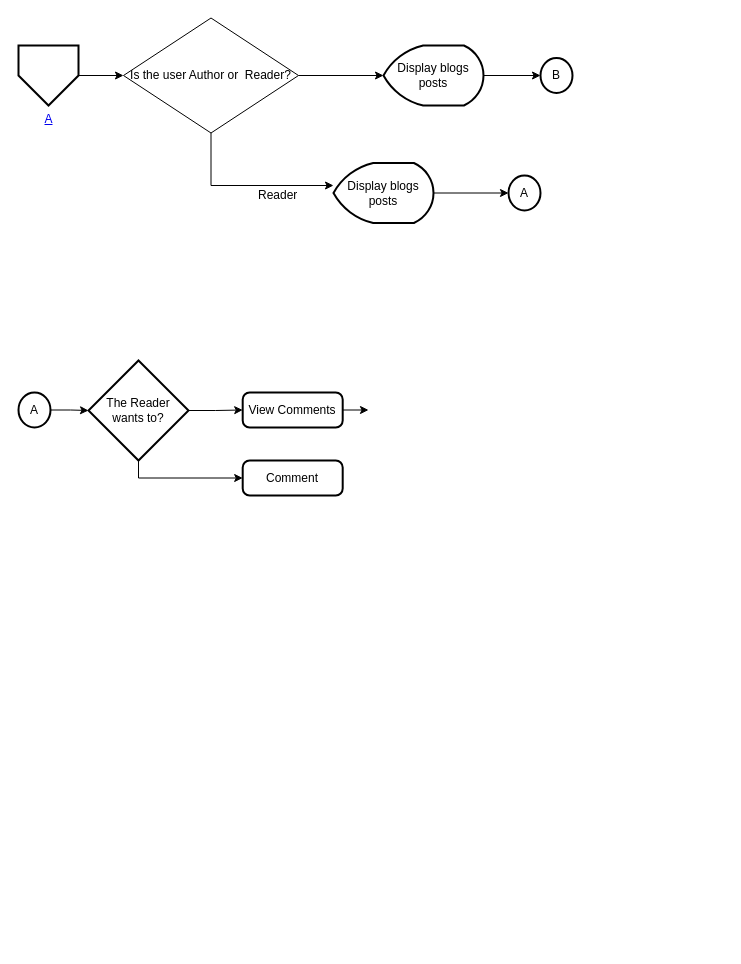
Earlier version of the draw.io diagram page "Home Page" (2 of 4) of simple_blogging_system.drawio (Vhanges/simple-blogging-system). Source tidied: cells renumbered, new cells numbered last; positions are measured from the earlier drawing's top-left corner, leaving out a move shared by most shapes. Both pictures are drawn from the tidied source at 100%, with x=0, y=0 at pixel (18, 17).
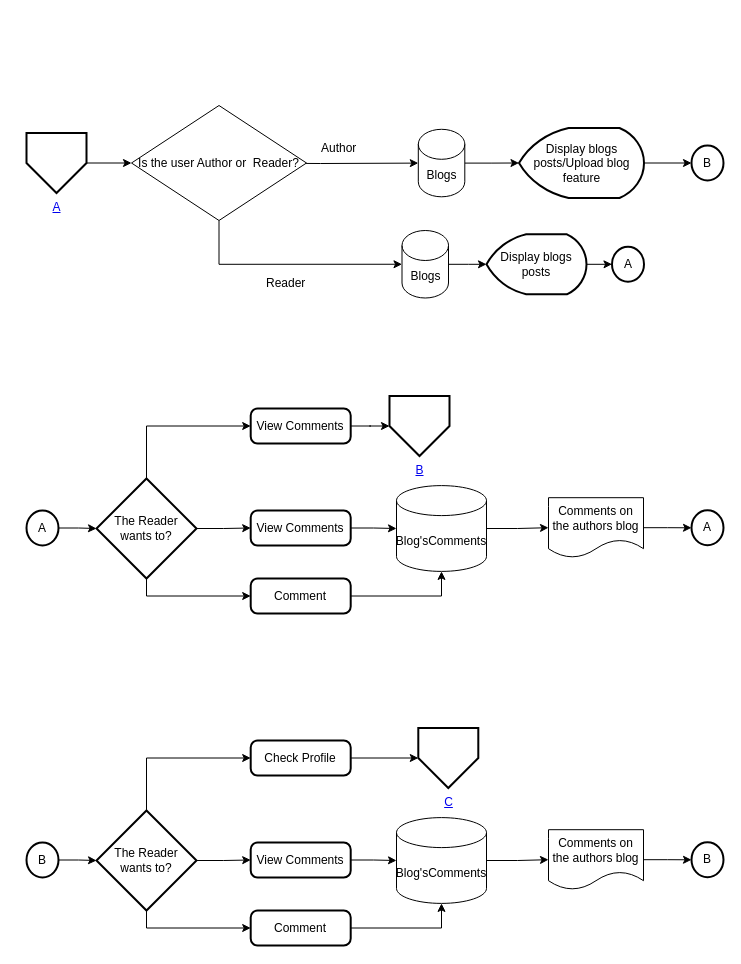
The same page after the edit.

The edit, as a diff of the source:
```diff
@@
     <mxCell id="3" value="&lt;a href=&quot;data:page/id,NMGtGAgAI5YezFN_Et-A&quot;&gt;A&lt;/a&gt;" style="verticalLabelPosition=bottom;verticalAlign=top;html=1;shape=offPageConnector;rounded=0;size=0.5;strokeWidth=2;labelBackgroundColor=none;" parent="1" vertex="1">
-      <mxGeometry y="28" width="60" height="60" as="geometry" />
+      <mxGeometry x="8" y="115.5" width="60" height="60" as="geometry" />
     </mxCell>
-    <mxCell id="4" style="edgeStyle=orthogonalEdgeStyle;rounded=0;jettySize=auto;html=1;jumpStyle=gap;" parent="1" edge="1" source="6" target="8">
+    <mxCell id="4" style="edgeStyle=orthogonalEdgeStyle;rounded=0;jettySize=auto;html=1;jumpStyle=gap;entryX=0;entryY=0.5;entryDx=0;entryDy=0;entryPerimeter=0;" parent="1" edge="1" source="6" target="31">
       <mxGeometry relative="1" as="geometry">
         <Array as="points">
-          <mxPoint x="193" y="168" />
+          <mxPoint x="201" y="246.5" />
         </Array>
       </mxGeometry>
     </mxCell>
-    <mxCell id="5" style="edgeStyle=orthogonalEdgeStyle;rounded=0;jettySize=auto;html=1;entryX=0;entryY=0.5;entryDx=0;entryDy=0;entryPerimeter=0;" parent="1" edge="1" source="6" target="13">
-      <mxGeometry relative="1" as="geometry" />
+    <mxCell id="5" style="edgeStyle=orthogonalEdgeStyle;rounded=0;jettySize=auto;html=1;" parent="1" edge="1" target="33">
+      <mxGeometry relative="1" as="geometry">
+        <mxPoint x="203" y="145.5" as="sourcePoint" />
+      </mxGeometry>
     </mxCell>
     <mxCell id="6" value="Is the user Author or&amp;nbsp; Reader?" style="rhombus;whiteSpace=wrap;html=1;" parent="1" vertex="1">
-      <mxGeometry x="105" y="0.5" width="175" height="115" as="geometry" />
+      <mxGeometry x="113" y="88" width="175" height="115" as="geometry" />
     </mxCell>
@@
     <mxCell id="8" value="Display blogs posts" style="strokeWidth=2;html=1;shape=mxgraph.flowchart.display;whiteSpace=wrap;" parent="1" vertex="1">
-      <mxGeometry x="315" y="145.5" width="100" height="60" as="geometry" />
+      <mxGeometry x="468" y="216.8" width="100" height="60" as="geometry" />
     </mxCell>
     <mxCell id="9" value="A" style="strokeWidth=2;html=1;shape=mxgraph.flowchart.start_2;whiteSpace=wrap;" parent="1" vertex="1">
-      <mxGeometry x="490" y="158" width="32" height="35" as="geometry" />
+      <mxGeometry x="593.5" y="229.2" width="32" height="35" as="geometry" />
     </mxCell>
     <mxCell id="10" value="Reader" style="text;strokeColor=none;fillColor=none;align=left;verticalAlign=middle;spacingLeft=4;spacingRight=4;overflow=hidden;whiteSpace=wrap;html=1;" parent="1" vertex="1">
-      <mxGeometry x="233.5" y="163" width="81.5" height="30" as="geometry" />
+      <mxGeometry x="241.5" y="250.5" width="81.5" height="30" as="geometry" />
     </mxCell>
     <mxCell id="11" value="B" style="strokeWidth=2;html=1;shape=mxgraph.flowchart.start_2;whiteSpace=wrap;" parent="1" vertex="1">
-      <mxGeometry x="522" y="40.5" width="32" height="35" as="geometry" />
+      <mxGeometry x="673" y="128" width="32" height="35" as="geometry" />
     </mxCell>
@@
-    <mxCell id="13" value="Display blogs posts" style="strokeWidth=2;html=1;shape=mxgraph.flowchart.display;whiteSpace=wrap;" parent="1" vertex="1">
-      <mxGeometry x="365" y="28" width="100" height="60" as="geometry" />
+    <mxCell id="13" value="Display blogs posts/Upload blog feature" style="strokeWidth=2;html=1;shape=mxgraph.flowchart.display;whiteSpace=wrap;" parent="1" vertex="1">
+      <mxGeometry x="500.5" y="110.5" width="125" height="70" as="geometry" />
     </mxCell>
@@
     <mxCell id="15" value="A" style="strokeWidth=2;html=1;shape=mxgraph.flowchart.start_2;whiteSpace=wrap;" parent="1" vertex="1">
-      <mxGeometry y="375" width="32" height="35" as="geometry" />
+      <mxGeometry x="8" y="493" width="32" height="35" as="geometry" />
     </mxCell>
@@
     <mxCell id="17" style="edgeStyle=orthogonalEdgeStyle;rounded=0;jettySize=auto;html=1;entryX=0;entryY=0.5;entryDx=0;entryDy=0;" parent="1" edge="1" source="18" target="21">
       <mxGeometry relative="1" as="geometry">
         <Array as="points">
-          <mxPoint x="120" y="461" />
-          <mxPoint x="224" y="461" />
+          <mxPoint x="128" y="579" />
+          <mxPoint x="232" y="579" />
         </Array>
       </mxGeometry>
     </mxCell>
+    <mxCell id="22" style="edgeStyle=orthogonalEdgeStyle;rounded=0;jettySize=auto;html=1;entryX=0;entryY=0.5;entryDx=0;entryDy=0;exitX=0.5;exitY=0;exitDx=0;exitDy=0;exitPerimeter=0;" parent="1" edge="1" source="18" target="54">
+      <mxGeometry relative="1" as="geometry" />
+    </mxCell>
     <mxCell id="18" value="The Reader&lt;div&gt;wants to?&lt;/div&gt;" style="strokeWidth=2;html=1;shape=mxgraph.flowchart.decision;whiteSpace=wrap;" parent="1" vertex="1">
-      <mxGeometry x="70" y="343" width="100" height="100" as="geometry" />
+      <mxGeometry x="78" y="461" width="100" height="100" as="geometry" />
     </mxCell>
-    <mxCell id="19" style="edgeStyle=orthogonalEdgeStyle;rounded=0;jettySize=auto;html=1;" parent="1" edge="1" source="20">
-      <mxGeometry relative="1" as="geometry">
-        <mxPoint x="350" y="392.5" as="targetPoint" />
-      </mxGeometry>
-    </mxCell>
+    <mxCell id="23" style="edgeStyle=orthogonalEdgeStyle;rounded=0;jettySize=auto;html=1;" parent="1" edge="1" source="20" target="26">
+      <mxGeometry relative="1" as="geometry" />
+    </mxCell>
     <mxCell id="20" value="View Comments" style="rounded=1;whiteSpace=wrap;html=1;absoluteArcSize=1;arcSize=14;strokeWidth=2;" parent="1" vertex="1">
-      <mxGeometry x="224.2" y="375" width="100" height="35" as="geometry" />
+      <mxGeometry x="232.2" y="493" width="100" height="35" as="geometry" />
     </mxCell>
+    <mxCell id="24" style="edgeStyle=orthogonalEdgeStyle;rounded=0;jettySize=auto;html=1;" parent="1" edge="1" source="21" target="26">
+      <mxGeometry relative="1" as="geometry" />
+    </mxCell>
     <mxCell id="21" value="Comment" style="rounded=1;whiteSpace=wrap;html=1;absoluteArcSize=1;arcSize=14;strokeWidth=2;" parent="1" vertex="1">
-      <mxGeometry x="224.2" y="443" width="100" height="35" as="geometry" />
+      <mxGeometry x="232.2" y="561" width="100" height="35" as="geometry" />
     </mxCell>
+    <mxCell id="25" style="edgeStyle=orthogonalEdgeStyle;rounded=0;jettySize=auto;html=1;" parent="1" edge="1" source="26" target="28">
+      <mxGeometry relative="1" as="geometry" />
+    </mxCell>
+    <mxCell id="26" value="Blog'sComments" style="shape=cylinder3;whiteSpace=wrap;html=1;boundedLbl=1;backgroundOutline=1;size=15;" parent="1" vertex="1">
+      <mxGeometry x="378" y="468.1" width="90" height="85.8" as="geometry" />
+    </mxCell>
+    <mxCell id="27" style="edgeStyle=orthogonalEdgeStyle;rounded=0;jettySize=auto;html=1;" parent="1" edge="1" source="28" target="50">
+      <mxGeometry relative="1" as="geometry" />
+    </mxCell>
+    <mxCell id="28" value="Comments on the authors blog" style="shape=document;whiteSpace=wrap;html=1;boundedLbl=1;" parent="1" vertex="1">
+      <mxGeometry x="530" y="480.2" width="95" height="60" as="geometry" />
+    </mxCell>
+    <mxCell id="29" value="Author" style="text;strokeColor=none;fillColor=none;align=left;verticalAlign=middle;spacingLeft=4;spacingRight=4;overflow=hidden;whiteSpace=wrap;html=1;" parent="1" vertex="1">
+      <mxGeometry x="296.5" y="115.5" width="61.5" height="30" as="geometry" />
+    </mxCell>
+    <mxCell id="30" style="edgeStyle=orthogonalEdgeStyle;rounded=0;jettySize=auto;html=1;" parent="1" edge="1" source="31" target="8">
+      <mxGeometry relative="1" as="geometry" />
+    </mxCell>
+    <mxCell id="31" value="Blogs" style="shape=cylinder3;whiteSpace=wrap;html=1;boundedLbl=1;backgroundOutline=1;size=15;" parent="1" vertex="1">
+      <mxGeometry x="383.5" y="213" width="46.5" height="67.5" as="geometry" />
+    </mxCell>
+    <mxCell id="32" style="edgeStyle=orthogonalEdgeStyle;rounded=0;jettySize=auto;html=1;" parent="1" edge="1" source="33" target="13">
+      <mxGeometry relative="1" as="geometry" />
+    </mxCell>
+    <mxCell id="33" value="Blogs" style="shape=cylinder3;whiteSpace=wrap;html=1;boundedLbl=1;backgroundOutline=1;size=15;" parent="1" vertex="1">
+      <mxGeometry x="399.8" y="111.8" width="46.5" height="67.5" as="geometry" />
+    </mxCell>
+    <mxCell id="34" style="edgeStyle=orthogonalEdgeStyle;rounded=0;jettySize=auto;html=1;" parent="1" edge="1" source="35" target="39">
+      <mxGeometry relative="1" as="geometry" />
+    </mxCell>
+    <mxCell id="35" value="B" style="strokeWidth=2;html=1;shape=mxgraph.flowchart.start_2;whiteSpace=wrap;" parent="1" vertex="1">
+      <mxGeometry x="8" y="825" width="32" height="35" as="geometry" />
+    </mxCell>
+    <mxCell id="36" style="edgeStyle=orthogonalEdgeStyle;rounded=0;jettySize=auto;html=1;" parent="1" edge="1" source="39" target="41">
+      <mxGeometry relative="1" as="geometry" />
+    </mxCell>
+    <mxCell id="37" style="edgeStyle=orthogonalEdgeStyle;rounded=0;jettySize=auto;html=1;entryX=0;entryY=0.5;entryDx=0;entryDy=0;" parent="1" edge="1" source="39" target="43">
+      <mxGeometry relative="1" as="geometry">
+        <Array as="points">
+          <mxPoint x="128" y="911" />
+          <mxPoint x="232" y="911" />
+        </Array>
+      </mxGeometry>
+    </mxCell>
+    <mxCell id="38" style="edgeStyle=orthogonalEdgeStyle;rounded=0;jettySize=auto;html=1;exitX=0.5;exitY=0;exitDx=0;exitDy=0;exitPerimeter=0;entryX=0;entryY=0.5;entryDx=0;entryDy=0;" parent="1" edge="1" source="39" target="49">
+      <mxGeometry relative="1" as="geometry" />
+    </mxCell>
+    <mxCell id="39" value="The Reader&lt;div&gt;wants to?&lt;/div&gt;" style="strokeWidth=2;html=1;shape=mxgraph.flowchart.decision;whiteSpace=wrap;" parent="1" vertex="1">
+      <mxGeometry x="78" y="793" width="100" height="100" as="geometry" />
+    </mxCell>
+    <mxCell id="40" style="edgeStyle=orthogonalEdgeStyle;rounded=0;jettySize=auto;html=1;" parent="1" edge="1" source="41" target="45">
+      <mxGeometry relative="1" as="geometry" />
+    </mxCell>
+    <mxCell id="41" value="View Comments" style="rounded=1;whiteSpace=wrap;html=1;absoluteArcSize=1;arcSize=14;strokeWidth=2;" parent="1" vertex="1">
+      <mxGeometry x="232.2" y="825" width="100" height="35" as="geometry" />
+    </mxCell>
+    <mxCell id="42" style="edgeStyle=orthogonalEdgeStyle;rounded=0;jettySize=auto;html=1;" parent="1" edge="1" source="43" target="45">
+      <mxGeometry relative="1" as="geometry" />
+    </mxCell>
+    <mxCell id="43" value="Comment" style="rounded=1;whiteSpace=wrap;html=1;absoluteArcSize=1;arcSize=14;strokeWidth=2;" parent="1" vertex="1">
+      <mxGeometry x="232.2" y="893" width="100" height="35" as="geometry" />
+    </mxCell>
+    <mxCell id="44" style="edgeStyle=orthogonalEdgeStyle;rounded=0;jettySize=auto;html=1;" parent="1" edge="1" source="45" target="47">
+      <mxGeometry relative="1" as="geometry" />
+    </mxCell>
+    <mxCell id="45" value="Blog'sComments" style="shape=cylinder3;whiteSpace=wrap;html=1;boundedLbl=1;backgroundOutline=1;size=15;" parent="1" vertex="1">
+      <mxGeometry x="378" y="800.1" width="90" height="85.8" as="geometry" />
+    </mxCell>
+    <mxCell id="46" style="edgeStyle=orthogonalEdgeStyle;rounded=0;jettySize=auto;html=1;" parent="1" edge="1" source="47" target="51">
+      <mxGeometry relative="1" as="geometry" />
+    </mxCell>
+    <mxCell id="47" value="Comments on the authors blog" style="shape=document;whiteSpace=wrap;html=1;boundedLbl=1;" parent="1" vertex="1">
+      <mxGeometry x="530" y="812.2" width="95" height="60" as="geometry" />
+    </mxCell>
+    <mxCell id="48" style="edgeStyle=orthogonalEdgeStyle;rounded=0;jettySize=auto;html=1;" parent="1" edge="1" source="49" target="52">
+      <mxGeometry relative="1" as="geometry" />
+    </mxCell>
+    <mxCell id="49" value="Check Profile" style="rounded=1;whiteSpace=wrap;html=1;absoluteArcSize=1;arcSize=14;strokeWidth=2;" parent="1" vertex="1">
+      <mxGeometry x="232.2" y="723" width="100" height="35" as="geometry" />
+    </mxCell>
+    <mxCell id="50" value="A" style="strokeWidth=2;html=1;shape=mxgraph.flowchart.start_2;whiteSpace=wrap;" parent="1" vertex="1">
+      <mxGeometry x="673" y="492.8" width="32" height="35" as="geometry" />
+    </mxCell>
+    <mxCell id="51" value="B" style="strokeWidth=2;html=1;shape=mxgraph.flowchart.start_2;whiteSpace=wrap;" parent="1" vertex="1">
+      <mxGeometry x="673" y="824.8" width="32" height="35" as="geometry" />
+    </mxCell>
+    <mxCell id="52" value="&lt;a href=&quot;data:page/id,Lx4LmrWmRVHKQuDZcjL1&quot;&gt;C&lt;/a&gt;" style="verticalLabelPosition=bottom;verticalAlign=top;html=1;shape=offPageConnector;rounded=0;size=0.5;strokeWidth=2;labelBackgroundColor=none;" parent="1" vertex="1">
+      <mxGeometry x="399.8" y="710.5" width="60" height="60" as="geometry" />
+    </mxCell>
+    <mxCell id="53" style="edgeStyle=orthogonalEdgeStyle;rounded=0;jettySize=auto;html=1;" parent="1" edge="1" source="54" target="55">
+      <mxGeometry relative="1" as="geometry" />
+    </mxCell>
+    <mxCell id="54" value="View Comments" style="rounded=1;whiteSpace=wrap;html=1;absoluteArcSize=1;arcSize=14;strokeWidth=2;" parent="1" vertex="1">
+      <mxGeometry x="232.2" y="391" width="100" height="35" as="geometry" />
+    </mxCell>
+    <mxCell id="55" value="&lt;a href=&quot;data:page/id,IQn6E6VwJ3_MwkaCUBP-&quot;&gt;B&lt;/a&gt;" style="verticalLabelPosition=bottom;verticalAlign=top;html=1;shape=offPageConnector;rounded=0;size=0.5;strokeWidth=2;labelBackgroundColor=none;" parent="1" vertex="1">
+      <mxGeometry x="371" y="378.5" width="60" height="60" as="geometry" />
+    </mxCell>
```
